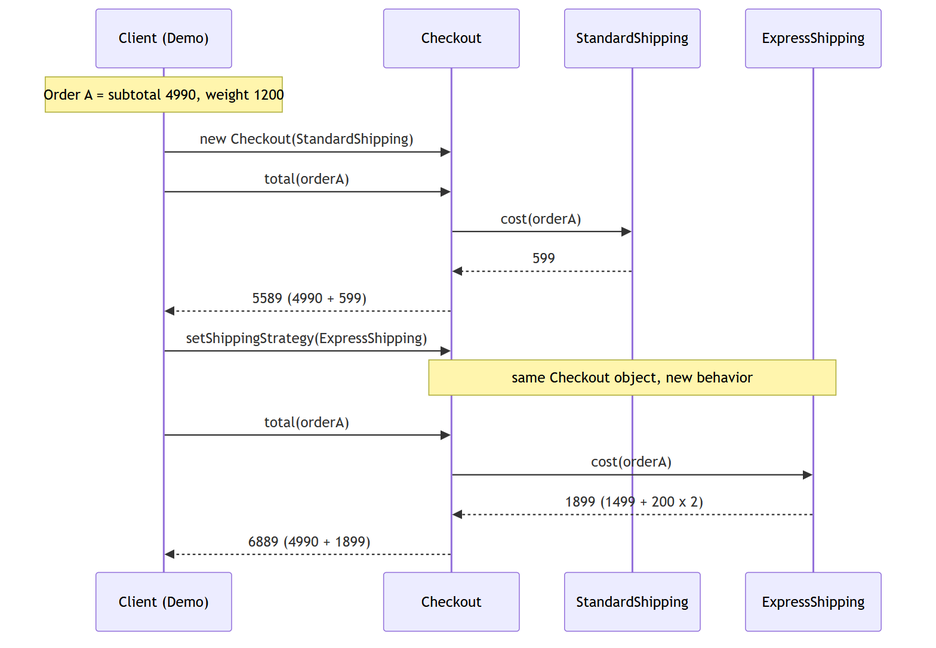
This is docs/diagrams/checkout-sequence.png from enok/design-pattern-strategy, a Mermaid export, as it was before one commit. Its source is kept beside it as docs/diagrams/checkout-sequence.mmd.
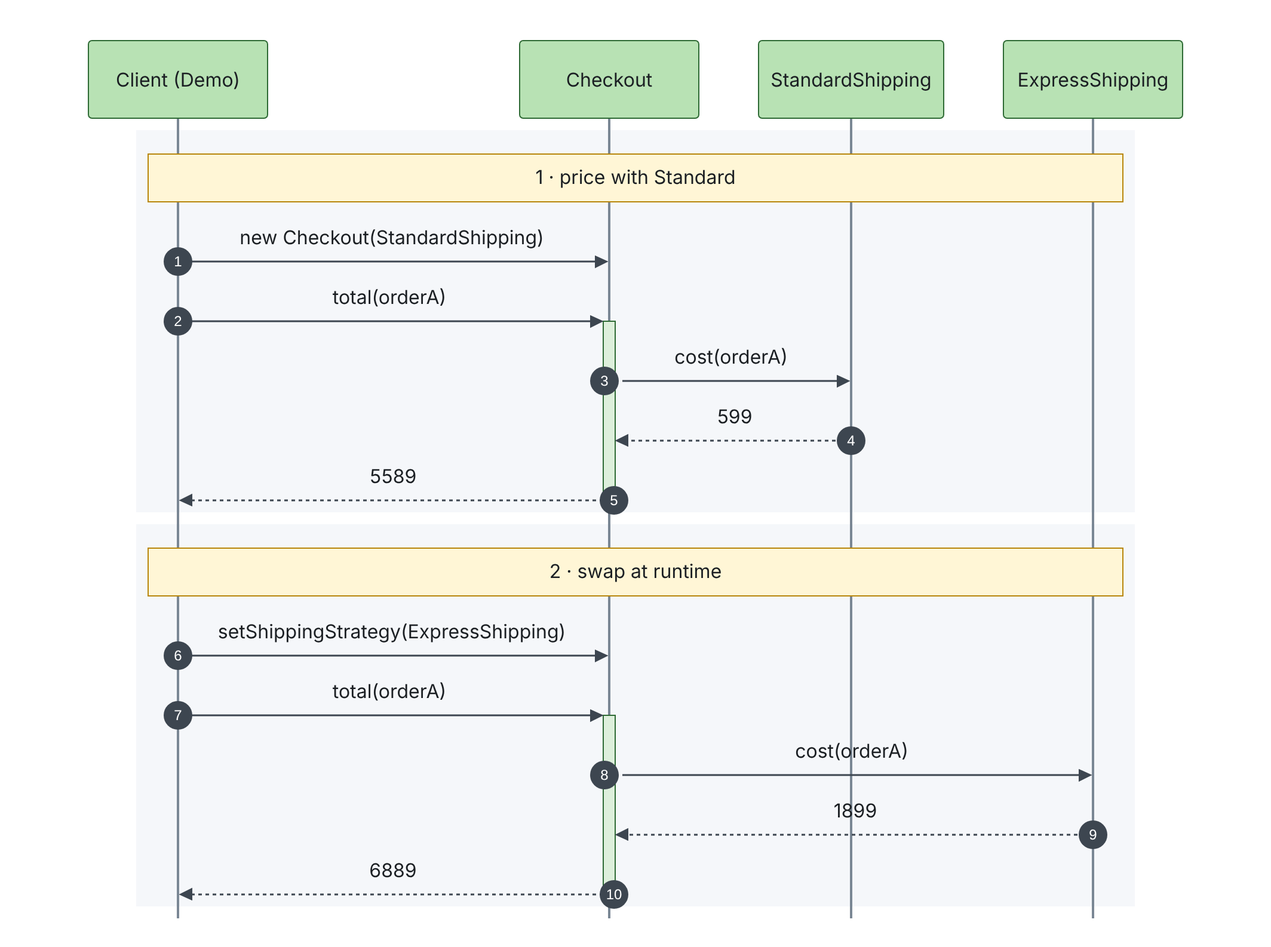
After the commit.

The edit, as a diff of the source:
```diff
@@ -1,17 +1,23 @@
+%%{init: {"theme": "base", "themeVariables": {"fontFamily": "Arial, Helvetica, sans-serif", "fontSize": "20px", "background": "#FFFFFF", "primaryColor": "#FFFFFF", "primaryBorderColor": "#1B1F23", "primaryTextColor": "#1B1F23", "secondaryColor": "#FDDCB5", "tertiaryColor": "#F5F7FA", "lineColor": "#3D4650", "textColor": "#1B1F23", "mainBkg": "#FFFFFF", "nodeBorder": "#1B1F23", "clusterBkg": "#F5F7FA", "clusterBorder": "#9AA5B1", "edgeLabelBackground": "#FFFFFF", "noteBkgColor": "#FFF6D6", "noteBorderColor": "#B8860B", "noteTextColor": "#1B1F23", "actorBkg": "#B8E2B4", "actorBorder": "#2F6B35", "actorTextColor": "#1B1F23", "actorLineColor": "#7A8794", "signalColor": "#3D4650", "signalTextColor": "#1B1F23", "labelBoxBkgColor": "#F5F7FA", "labelBoxBorderColor": "#7A8794", "labelTextColor": "#1B1F23", "loopTextColor": "#1B1F23", "activationBkgColor": "#DDEFDB", "activationBorderColor": "#2F6B35", "sequenceNumberColor": "#FFFFFF", "classText": "#1B1F23"}, "flowchart": {"curve": "linear", "nodeSpacing": 50, "rankSpacing": 60, "padding": 16, "htmlLabels": false}, "sequence": {"actorMargin": 50, "messageMargin": 38, "boxMargin": 10, "noteMargin": 10, "mirrorActors": false, "useMaxWidth": false}, "class": {"padding": 12, "htmlLabels": false}, "fontFamily": "Arial, Helvetica, sans-serif"}}%%
 sequenceDiagram
+    autonumber
     participant Demo as Client (Demo)
     participant C as Checkout
     participant S as StandardShipping
     participant E as ExpressShipping
-    Note over Demo: Order A = subtotal 4990, weight 1200
-    Demo->>C: new Checkout(StandardShipping)
-    Demo->>C: total(orderA)
-    C->>S: cost(orderA)
-    S-->>C: 599
-    C-->>Demo: 5589 (4990 + 599)
-    Demo->>C: setShippingStrategy(ExpressShipping)
-    Note over C,E: same Checkout object, new behavior
-    Demo->>C: total(orderA)
-    C->>E: cost(orderA)
-    E-->>C: 1899 (1499 + 200 x 2)
-    C-->>Demo: 6889 (4990 + 1899)
+    rect rgb(245,247,250)
+        Note over Demo,E: 1 · price with Standard
+        Demo->>C: new Checkout(StandardShipping)
+        Demo->>+C: total(orderA)
+        C->>S: cost(orderA)
+        S-->>C: 599
+        C-->>-Demo: 5589
+    end
+    rect rgb(245,247,250)
+        Note over Demo,E: 2 · swap at runtime
+        Demo->>C: setShippingStrategy(ExpressShipping)
+        Demo->>+C: total(orderA)
+        C->>E: cost(orderA)
+        E-->>C: 1899
+        C-->>-Demo: 6889
+    end
```
